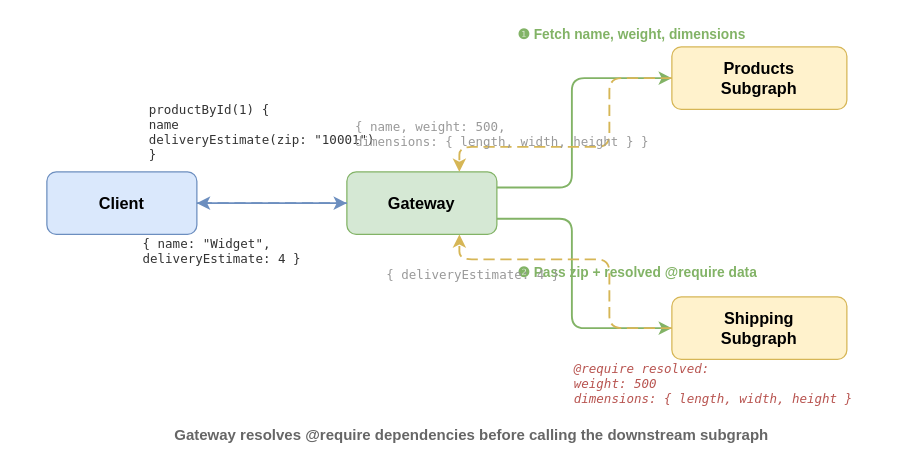
This is website/src/docs/shared/fusion/data-requirements-require-flow.drawio from ChilliCream/graphql-platform, a draw.io file, before an edit. Source tidied: cells renumbered, new cells numbered last; positions are measured from the earlier drawing's top-left corner, leaving out a move shared by most shapes. Both pictures are drawn from the tidied source at 125%, with x=0, y=0 at pixel (46, 21).
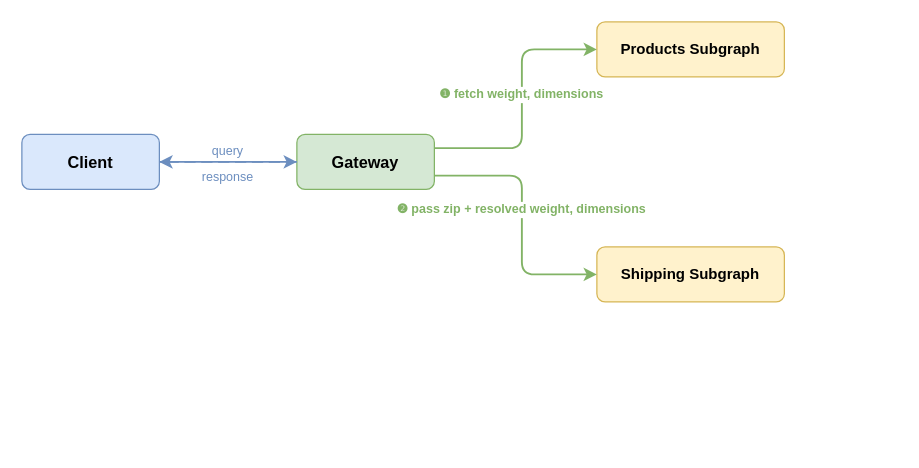
The same page after the edit.

The edit, as a diff of the source:
```diff
@@
-    <mxCell id="2" value="Client" style="rounded=1;whiteSpace=wrap;fillColor=#dae8fc;strokeColor=#6c8ebf;fontStyle=1;fontSize=13;verticalAlign=middle;spacingTop=0;" parent="1" vertex="1">
-      <mxGeometry y="120" width="120" height="50" as="geometry" />
+    <mxCell id="2" value="Client" style="rounded=1;whiteSpace=wrap;fillColor=#dae8fc;strokeColor=#6c8ebf;fontStyle=1;fontSize=13;verticalAlign=middle;" parent="1" vertex="1">
+      <mxGeometry x="-20" y="90" width="110" height="44" as="geometry" />
     </mxCell>
     <mxCell id="3" value="Gateway" style="rounded=1;whiteSpace=wrap;fillColor=#d5e8d4;strokeColor=#82b366;fontStyle=1;fontSize=13;verticalAlign=middle;" parent="1" vertex="1">
-      <mxGeometry x="240" y="120" width="120" height="50" as="geometry" />
+      <mxGeometry x="200" y="90" width="110" height="44" as="geometry" />
     </mxCell>
-    <mxCell id="4" value="Products&#10;Subgraph" style="rounded=1;whiteSpace=wrap;fillColor=#fff2cc;strokeColor=#d6b656;fontStyle=1;fontSize=13;verticalAlign=middle;" parent="1" vertex="1">
-      <mxGeometry x="500" y="20" width="140" height="50" as="geometry" />
+    <mxCell id="4" value="Products Subgraph" style="rounded=1;whiteSpace=wrap;fillColor=#fff2cc;strokeColor=#d6b656;fontStyle=1;fontSize=12;verticalAlign=middle;" parent="1" vertex="1">
+      <mxGeometry x="440" width="150" height="44" as="geometry" />
     </mxCell>
-    <mxCell id="5" value="Shipping&#10;Subgraph" style="rounded=1;whiteSpace=wrap;fillColor=#fff2cc;strokeColor=#d6b656;fontStyle=1;fontSize=13;verticalAlign=middle;" parent="1" vertex="1">
-      <mxGeometry x="500" y="220" width="140" height="50" as="geometry" />
+    <mxCell id="5" value="Shipping Subgraph" style="rounded=1;whiteSpace=wrap;fillColor=#fff2cc;strokeColor=#d6b656;fontStyle=1;fontSize=12;verticalAlign=middle;" parent="1" vertex="1">
+      <mxGeometry x="440" y="180" width="150" height="44" as="geometry" />
     </mxCell>
-    <mxCell id="6" style="edgeStyle=orthogonalEdgeStyle;rounded=1;strokeColor=#6c8ebf;strokeWidth=1.5;fontSize=11;exitX=1;exitY=0.5;entryX=0;entryY=0.5;" parent="1" edge="1" source="2" target="3">
+    <mxCell id="6" value="query" style="edgeStyle=orthogonalEdgeStyle;rounded=1;strokeColor=#6c8ebf;strokeWidth=1.5;fontSize=10;fontColor=#6c8ebf;exitX=1;exitY=0.5;entryX=0;entryY=0.5;labelPosition=center;verticalLabelPosition=top;align=center;verticalAlign=bottom;" parent="1" edge="1" source="2" target="3">
       <mxGeometry relative="1" as="geometry" />
     </mxCell>
-    <mxCell id="7" value="productById(1) {&#10;  name&#10;  deliveryEstimate(zip: &quot;10001&quot;)&#10;}" style="text;align=left;fontSize=10;fontFamily=monospace;fontColor=#333333;verticalAlign=bottom;" parent="1" vertex="1">
-      <mxGeometry x="80" y="55" width="220" height="60" as="geometry" />
-    </mxCell>
-    <mxCell id="8" style="edgeStyle=orthogonalEdgeStyle;rounded=1;strokeColor=#82b366;strokeWidth=1.5;fontSize=11;exitX=1;exitY=0.25;entryX=0;entryY=0.5;" parent="1" edge="1" source="3" target="4">
+    <mxCell id="8" value="❶ fetch weight, dimensions" style="edgeStyle=orthogonalEdgeStyle;rounded=1;strokeColor=#82b366;strokeWidth=1.5;fontSize=10;fontColor=#82b366;fontStyle=1;exitX=1;exitY=0.25;entryX=0;entryY=0.5;labelPosition=center;verticalLabelPosition=top;align=center;verticalAlign=bottom;" parent="1" edge="1" source="3" target="4">
       <mxGeometry relative="1" as="geometry">
         <Array as="points">
-          <mxPoint x="420" y="133" />
-          <mxPoint x="420" y="45" />
+          <mxPoint x="380" y="101" />
+          <mxPoint x="380" y="22" />
         </Array>
       </mxGeometry>
     </mxCell>
-    <mxCell id="9" value="❶ Fetch name, weight, dimensions" style="text;align=left;fontSize=11;fontColor=#82b366;fontStyle=1;verticalAlign=middle;" parent="1" vertex="1">
-      <mxGeometry x="375" width="230" height="20" as="geometry" />
-    </mxCell>
-    <mxCell id="10" style="edgeStyle=orthogonalEdgeStyle;rounded=1;strokeColor=#d6b656;strokeWidth=1.5;dashed=1;fontSize=11;exitX=0;exitY=0.5;entryX=0.75;entryY=0;dashPattern=6 3;" parent="1" edge="1" source="4" target="3">
-      <mxGeometry relative="1" as="geometry">
-        <Array as="points">
-          <mxPoint x="450" y="45" />
-          <mxPoint x="450" y="100" />
-          <mxPoint x="330" y="100" />
-        </Array>
-      </mxGeometry>
-    </mxCell>
-    <mxCell id="11" value="{ name, weight: 500,&#10;  dimensions: { length, width, height } }" style="text;align=left;fontSize=10;fontFamily=monospace;fontColor=#999999;verticalAlign=middle;" parent="1" vertex="1">
-      <mxGeometry x="245" y="75" width="270" height="30" as="geometry" />
-    </mxCell>
-    <mxCell id="12" style="edgeStyle=orthogonalEdgeStyle;rounded=1;strokeColor=#82b366;strokeWidth=1.5;fontSize=11;exitX=1;exitY=0.75;entryX=0;entryY=0.5;" parent="1" edge="1" source="3" target="5">
+    <mxCell id="12" value="❷ pass zip + resolved weight, dimensions" style="edgeStyle=orthogonalEdgeStyle;rounded=1;strokeColor=#82b366;strokeWidth=1.5;fontSize=10;fontColor=#82b366;fontStyle=1;exitX=1;exitY=0.75;entryX=0;entryY=0.5;labelPosition=center;verticalLabelPosition=top;align=center;verticalAlign=bottom;" parent="1" edge="1" source="3" target="5">
       <mxGeometry relative="1" as="geometry">
         <Array as="points">
-          <mxPoint x="420" y="158" />
-          <mxPoint x="420" y="245" />
+          <mxPoint x="380" y="123" />
+          <mxPoint x="380" y="202" />
         </Array>
       </mxGeometry>
     </mxCell>
-    <mxCell id="13" value="❷ Pass zip + resolved @require data" style="text;align=left;fontSize=11;fontColor=#82b366;fontStyle=1;verticalAlign=middle;" parent="1" vertex="1">
-      <mxGeometry x="375" y="190" width="250" height="20" as="geometry" />
-    </mxCell>
-    <mxCell id="14" value="@require resolved:&#10;weight: 500&#10;dimensions: { length, width, height }" style="text;align=left;fontSize=10;fontFamily=monospace;fontColor=#b85450;fontStyle=2;verticalAlign=top;" parent="1" vertex="1">
-      <mxGeometry x="420" y="265" width="260" height="45" as="geometry" />
-    </mxCell>
-    <mxCell id="15" style="edgeStyle=orthogonalEdgeStyle;rounded=1;strokeColor=#d6b656;strokeWidth=1.5;dashed=1;fontSize=11;exitX=0;exitY=0.5;entryX=0.75;entryY=1;dashPattern=6 3;" parent="1" edge="1" source="5" target="3">
-      <mxGeometry relative="1" as="geometry">
-        <Array as="points">
-          <mxPoint x="450" y="245" />
-          <mxPoint x="450" y="190" />
-          <mxPoint x="330" y="190" />
-        </Array>
-      </mxGeometry>
-    </mxCell>
-    <mxCell id="16" value="{ deliveryEstimate: 4 }" style="text;align=left;fontSize=10;fontFamily=monospace;fontColor=#999999;verticalAlign=middle;" parent="1" vertex="1">
-      <mxGeometry x="270" y="192" width="170" height="20" as="geometry" />
-    </mxCell>
-    <mxCell id="17" style="edgeStyle=orthogonalEdgeStyle;rounded=1;strokeColor=#6c8ebf;strokeWidth=1.5;dashed=1;fontSize=11;exitX=0;exitY=0.5;entryX=1;entryY=0.5;dashPattern=6 3;" parent="1" edge="1" source="3" target="2">
+    <mxCell id="17" value="response" style="edgeStyle=orthogonalEdgeStyle;rounded=1;strokeColor=#6c8ebf;strokeWidth=1.5;dashed=1;dashPattern=6 3;fontSize=10;fontColor=#6c8ebf;exitX=0;exitY=0.5;entryX=1;entryY=0.5;labelPosition=center;verticalLabelPosition=bottom;align=center;verticalAlign=top;" parent="1" edge="1" source="3" target="2">
       <mxGeometry relative="1" as="geometry">
         <Array as="points">
-          <mxPoint x="180" y="145" />
+          <mxPoint x="140" y="112" />
         </Array>
       </mxGeometry>
     </mxCell>
-    <mxCell id="18" value="{ name: &quot;Widget&quot;,&#10;  deliveryEstimate: 4 }" style="text;align=left;fontSize=10;fontFamily=monospace;fontColor=#333333;verticalAlign=top;" parent="1" vertex="1">
-      <mxGeometry x="75" y="165" width="180" height="30" as="geometry" />
-    </mxCell>
-    <mxCell id="19" value="Gateway resolves @require dependencies before calling the downstream subgraph" style="text;align=center;fontSize=12;fontStyle=1;fontColor=#666666;verticalAlign=middle;" parent="1" vertex="1">
-      <mxGeometry x="40" y="320" width="600" height="20" as="geometry" />
-    </mxCell>
```
